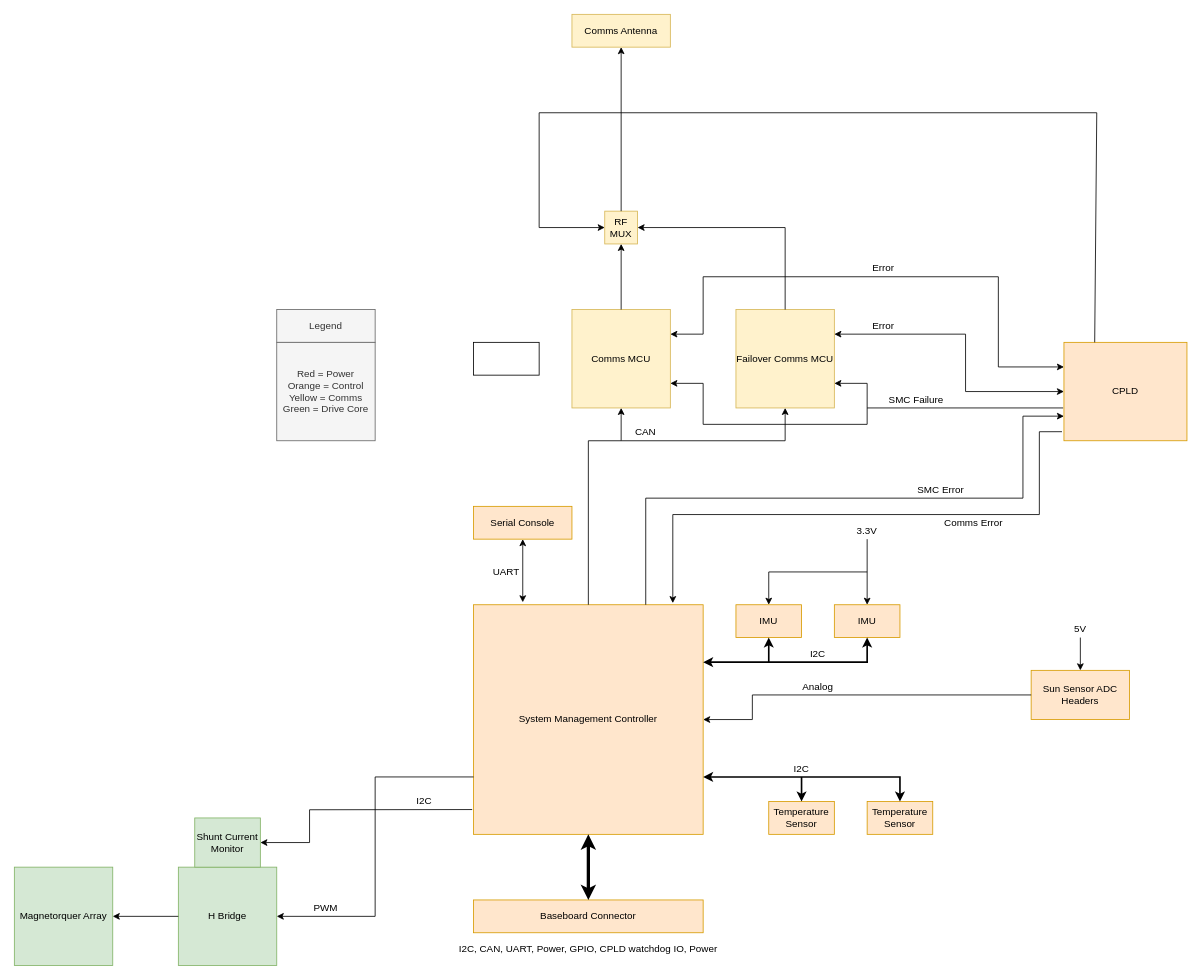
UCI-CubeSat/UCICS-SMC.v2 keeps this draw.io diagram as ADCS.drawio. Above is the earlier version. Source tidied: cells renumbered, new cells numbered last; positions are measured from the earlier drawing's top-left corner, leaving out a move shared by most shapes. Both pictures are drawn from the tidied source at 82%, with x=0, y=0 at pixel (14, 14).
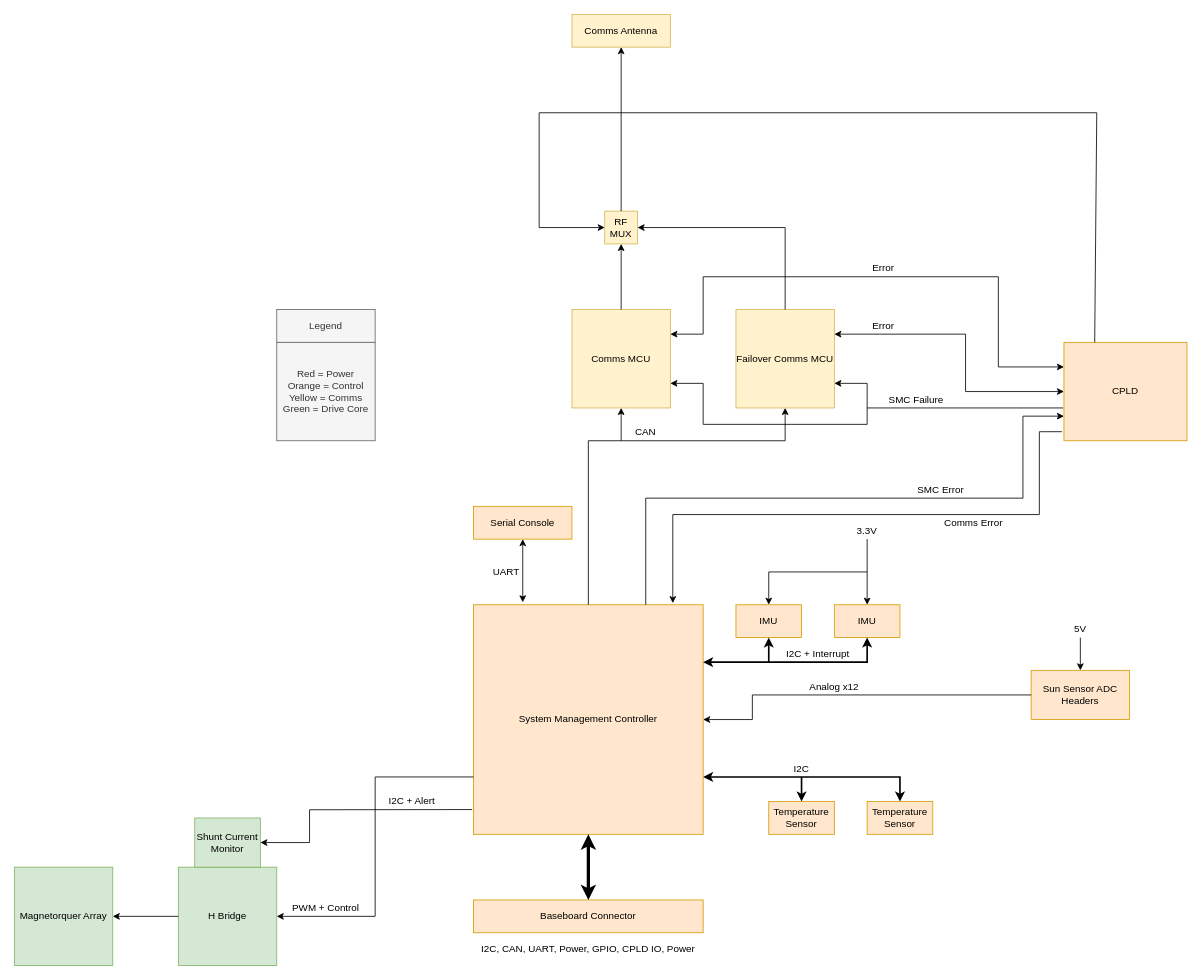
After the change.

Commit message (it also covers changes not shown here):
Almost done with schematic

The edit, as a diff of the source:
```diff
@@
-    <mxCell id="21" value="PWM" style="text;html=1;strokeColor=none;fillColor=none;align=center;verticalAlign=middle;whiteSpace=wrap;rounded=0;" parent="1" vertex="1">
-      <mxGeometry x="360" y="1080" width="40" height="20" as="geometry" />
+    <mxCell id="21" value="PWM + Control" style="text;html=1;strokeColor=none;fillColor=none;align=center;verticalAlign=middle;whiteSpace=wrap;rounded=0;" parent="1" vertex="1">
+      <mxGeometry x="330" y="1080" width="100" height="20" as="geometry" />
     </mxCell>
@@
-    <mxCell id="24" value="I2C" style="text;html=1;strokeColor=none;fillColor=none;align=center;verticalAlign=middle;whiteSpace=wrap;rounded=0;" parent="1" vertex="1">
-      <mxGeometry x="480" y="950" width="40" height="20" as="geometry" />
+    <mxCell id="24" value="I2C + Alert" style="text;html=1;strokeColor=none;fillColor=none;align=center;verticalAlign=middle;whiteSpace=wrap;rounded=0;" parent="1" vertex="1">
+      <mxGeometry x="450" y="950" width="70" height="20" as="geometry" />
     </mxCell>
@@
-    <mxCell id="38" value="I2C, CAN, UART, Power, GPIO, CPLD watchdog IO, Power" style="text;html=1;strokeColor=none;fillColor=none;align=center;verticalAlign=middle;whiteSpace=wrap;rounded=0;" parent="1" vertex="1">
+    <mxCell id="38" value="I2C, CAN, UART, Power, GPIO, CPLD IO, Power" style="text;html=1;strokeColor=none;fillColor=none;align=center;verticalAlign=middle;whiteSpace=wrap;rounded=0;" parent="1" vertex="1">
       <mxGeometry x="520" y="1130" width="360" height="20" as="geometry" />
     </mxCell>
@@
-    <mxCell id="40" value="I2C" style="text;html=1;strokeColor=none;fillColor=none;align=center;verticalAlign=middle;whiteSpace=wrap;rounded=0;" parent="1" vertex="1">
-      <mxGeometry x="960" y="770" width="40" height="20" as="geometry" />
+    <mxCell id="40" value="I2C + Interrupt" style="text;html=1;strokeColor=none;fillColor=none;align=center;verticalAlign=middle;whiteSpace=wrap;rounded=0;" parent="1" vertex="1">
+      <mxGeometry x="930" y="770" width="100" height="20" as="geometry" />
     </mxCell>
-    <mxCell id="41" value="Analog" style="text;html=1;strokeColor=none;fillColor=none;align=center;verticalAlign=middle;whiteSpace=wrap;rounded=0;" parent="1" vertex="1">
-      <mxGeometry x="960" y="810" width="40" height="20" as="geometry" />
+    <mxCell id="41" value="Analog x12" style="text;html=1;strokeColor=none;fillColor=none;align=center;verticalAlign=middle;whiteSpace=wrap;rounded=0;" parent="1" vertex="1">
+      <mxGeometry x="960" y="810" width="80" height="20" as="geometry" />
     </mxCell>
@@
-    <mxCell id="60" style="rounded=0;whiteSpace=wrap;html=1;" parent="1" vertex="1">
-      <mxGeometry x="560" y="400" width="80" height="40" as="geometry" />
-    </mxCell>
```
